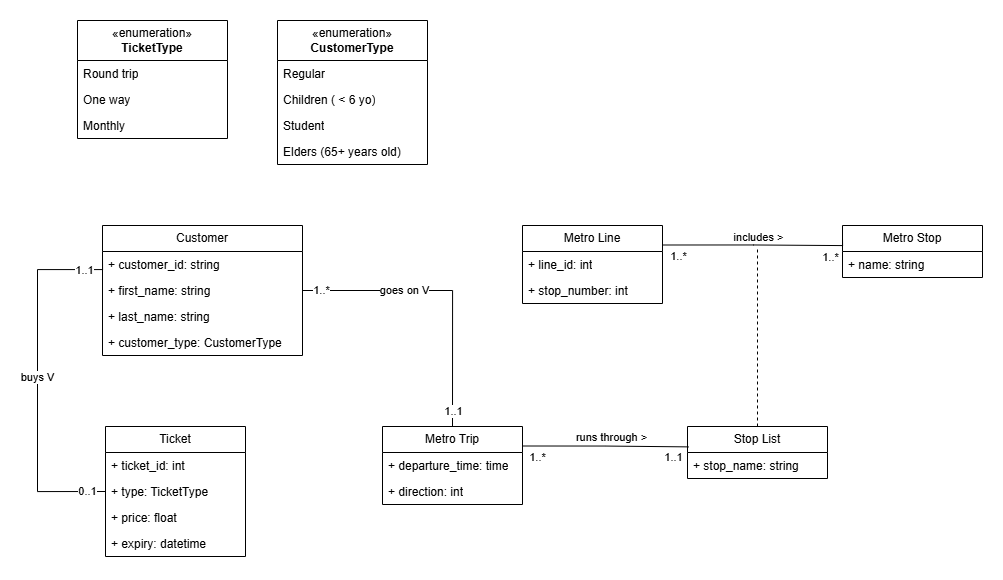
The draw.io diagram metro_project-UML.png in emochivo/the_metro_project, before a commit. Source tidied: cells renumbered, new cells last; positions are measured from the earlier drawing's top-left corner, leaving out a move shared by most shapes.
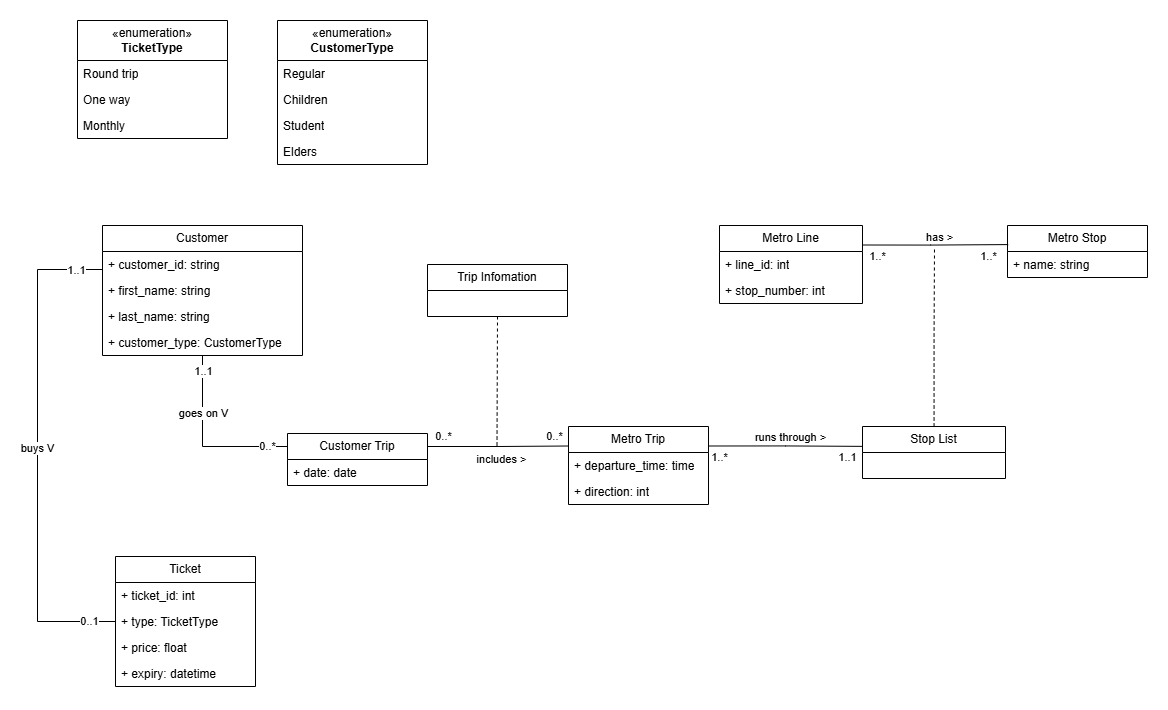
After the change.

Commit message:
Fix UML diagram.

What changed in the source:
```diff
@@ -5,9 +5,9 @@
     <mxCell id="2" style="edgeStyle=orthogonalEdgeStyle;rounded=0;jettySize=auto;html=1;exitX=0;exitY=0.25;exitDx=0;exitDy=0;entryX=0;entryY=0.5;entryDx=0;entryDy=0;endArrow=none;endFill=0;" parent="1" edge="1" source="6" target="22">
       <mxGeometry relative="1" as="geometry">
         <Array as="points">
-          <mxPoint x="65" y="249" />
-          <mxPoint y="249" />
-          <mxPoint y="471" />
+          <mxPoint x="65" y="159" />
+          <mxPoint y="159" />
+          <mxPoint y="511" />
         </Array>
       </mxGeometry>
     </mxCell>
@@ -24,8 +24,22 @@
         <mxPoint y="-1" as="offset" />
       </mxGeometry>
     </mxCell>
+    <mxCell id="48" style="edgeStyle=orthogonalEdgeStyle;rounded=0;jettySize=auto;html=1;exitX=0.5;exitY=1;exitDx=0;exitDy=0;entryX=0;entryY=0.25;entryDx=0;entryDy=0;endArrow=none;endFill=0;" parent="1" edge="1" source="6" target="53">
+      <mxGeometry relative="1" as="geometry" />
+    </mxCell>
+    <mxCell id="49" value="0..*" style="edgeLabel;html=1;align=center;verticalAlign=middle;" parent="48" vertex="1">
+      <mxGeometry x="0.78" y="1" relative="1" as="geometry" />
+    </mxCell>
+    <mxCell id="42" value="1..1" style="edgeLabel;html=1;align=center;verticalAlign=middle;" parent="48" vertex="1">
+      <mxGeometry x="-0.86" relative="1" as="geometry">
+        <mxPoint y="2" as="offset" />
+      </mxGeometry>
+    </mxCell>
+    <mxCell id="43" value="goes on V" style="edgeLabel;html=1;align=center;verticalAlign=middle;" parent="48" vertex="1">
+      <mxGeometry x="-0.35" relative="1" as="geometry" />
+    </mxCell>
     <mxCell id="6" value="Customer" style="swimlane;fontStyle=0;horizontal=1;startSize=26;fillColor=none;whiteSpace=wrap;html=1;" parent="1" vertex="1">
-      <mxGeometry x="65" y="205" width="200" height="130" as="geometry" />
+      <mxGeometry x="65" y="115" width="200" height="130" as="geometry" />
     </mxCell>
     <mxCell id="7" value="+ customer_id: string" style="text;strokeColor=none;fillColor=none;align=left;verticalAlign=top;spacingLeft=4;spacingRight=4;overflow=hidden;whiteSpace=wrap;html=1;" parent="6" vertex="1">
       <mxGeometry y="26" width="200" height="26" as="geometry" />
@@ -40,27 +54,26 @@
       <mxGeometry y="104" width="200" height="26" as="geometry" />
     </mxCell>
     <mxCell id="11" value="Metro Stop" style="swimlane;fontStyle=0;horizontal=1;startSize=26;fillColor=none;whiteSpace=wrap;html=1;" parent="1" vertex="1">
-      <mxGeometry x="805" y="205" width="140" height="52" as="geometry" />
+      <mxGeometry x="970" y="115" width="140" height="52" as="geometry" />
     </mxCell>
     <mxCell id="12" value="+ name: string" style="text;strokeColor=none;fillColor=none;align=left;verticalAlign=top;spacingLeft=4;spacingRight=4;overflow=hidden;whiteSpace=wrap;html=1;" parent="11" vertex="1">
       <mxGeometry y="26" width="140" height="26" as="geometry" />
     </mxCell>
-    <mxCell id="13" style="edgeStyle=orthogonalEdgeStyle;rounded=0;jettySize=auto;html=1;exitX=1;exitY=0.25;exitDx=0;exitDy=0;endArrow=none;endFill=0;entryX=0;entryY=0.25;entryDx=0;entryDy=0;" parent="1" edge="1" source="17" target="11">
+    <mxCell id="13" style="edgeStyle=orthogonalEdgeStyle;rounded=0;jettySize=auto;html=1;exitX=1;exitY=0.25;exitDx=0;exitDy=0;endArrow=none;endFill=0;entryX=0.005;entryY=0.367;entryDx=0;entryDy=0;entryPerimeter=0;" parent="1" edge="1" source="17" target="11">
       <mxGeometry relative="1" as="geometry">
         <Array as="points">
-          <mxPoint x="716" y="225" />
-          <mxPoint x="716" y="225" />
+          <mxPoint x="893" y="135" />
         </Array>
       </mxGeometry>
     </mxCell>
-    <mxCell id="14" value="includes &amp;gt;" style="edgeLabel;html=1;align=center;verticalAlign=middle;" parent="13" vertex="1">
+    <mxCell id="14" value="has &amp;gt;" style="edgeLabel;html=1;align=center;verticalAlign=middle;" parent="13" vertex="1">
       <mxGeometry x="-0.08" relative="1" as="geometry">
         <mxPoint x="9" y="-8" as="offset" />
       </mxGeometry>
     </mxCell>
     <mxCell id="15" value="1..*" style="edgeLabel;html=1;align=center;verticalAlign=middle;" parent="13" vertex="1">
       <mxGeometry x="0.9" y="-1" relative="1" as="geometry">
-        <mxPoint x="-11" y="10" as="offset" />
+        <mxPoint x="-13" y="10" as="offset" />
       </mxGeometry>
     </mxCell>
     <mxCell id="16" value="1..*" style="edgeLabel;html=1;align=center;verticalAlign=middle;" parent="13" vertex="1">
@@ -69,16 +82,16 @@
       </mxGeometry>
     </mxCell>
     <mxCell id="17" value="Metro Line" style="swimlane;fontStyle=0;horizontal=1;startSize=26;fillColor=none;whiteSpace=wrap;html=1;" parent="1" vertex="1">
-      <mxGeometry x="485" y="205" width="140" height="78" as="geometry" />
+      <mxGeometry x="682" y="115" width="143" height="78" as="geometry" />
     </mxCell>
     <mxCell id="18" value="+ line_id: int" style="text;strokeColor=none;fillColor=none;align=left;verticalAlign=top;spacingLeft=4;spacingRight=4;overflow=hidden;whiteSpace=wrap;html=1;" parent="17" vertex="1">
-      <mxGeometry y="26" width="140" height="26" as="geometry" />
+      <mxGeometry y="26" width="143" height="26" as="geometry" />
     </mxCell>
     <mxCell id="19" value="+ stop_number: int" style="text;strokeColor=none;fillColor=none;align=left;verticalAlign=top;spacingLeft=4;spacingRight=4;overflow=hidden;whiteSpace=wrap;html=1;" parent="17" vertex="1">
-      <mxGeometry y="52" width="140" height="26" as="geometry" />
+      <mxGeometry y="52" width="143" height="26" as="geometry" />
     </mxCell>
     <mxCell id="20" value="Ticket" style="swimlane;fontStyle=0;horizontal=1;startSize=26;fillColor=none;whiteSpace=wrap;html=1;" parent="1" vertex="1">
-      <mxGeometry x="68" y="406" width="140" height="130" as="geometry" />
+      <mxGeometry x="78" y="446" width="140" height="130" as="geometry" />
     </mxCell>
     <mxCell id="21" value="+ ticket_id: int" style="text;strokeColor=none;fillColor=none;align=left;verticalAlign=top;spacingLeft=4;spacingRight=4;overflow=hidden;whiteSpace=wrap;html=1;" parent="20" vertex="1">
       <mxGeometry y="26" width="140" height="26" as="geometry" />
@@ -93,22 +106,22 @@
       <mxGeometry y="104" width="140" height="26" as="geometry" />
     </mxCell>
     <mxCell id="25" value="«enumeration»&lt;br&gt;&lt;b&gt;CustomerType&lt;/b&gt;" style="swimlane;fontStyle=0;horizontal=1;startSize=40;fillColor=none;whiteSpace=wrap;html=1;" parent="1" vertex="1">
-      <mxGeometry x="240" width="150" height="144" as="geometry" />
+      <mxGeometry x="240" y="-90" width="150" height="144" as="geometry" />
     </mxCell>
     <mxCell id="26" value="Regular" style="text;strokeColor=none;fillColor=none;align=left;verticalAlign=top;spacingLeft=4;spacingRight=4;overflow=hidden;whiteSpace=wrap;html=1;" parent="25" vertex="1">
       <mxGeometry y="40" width="150" height="26" as="geometry" />
     </mxCell>
-    <mxCell id="27" value="Children ( &amp;lt; 6 yo)" style="text;strokeColor=none;fillColor=none;align=left;verticalAlign=top;spacingLeft=4;spacingRight=4;overflow=hidden;whiteSpace=wrap;html=1;" parent="25" vertex="1">
+    <mxCell id="27" value="Children&amp;nbsp;" style="text;strokeColor=none;fillColor=none;align=left;verticalAlign=top;spacingLeft=4;spacingRight=4;overflow=hidden;whiteSpace=wrap;html=1;" parent="25" vertex="1">
       <mxGeometry y="66" width="150" height="26" as="geometry" />
     </mxCell>
     <mxCell id="28" value="Student" style="text;strokeColor=none;fillColor=none;align=left;verticalAlign=top;spacingLeft=4;spacingRight=4;overflow=hidden;whiteSpace=wrap;html=1;" parent="25" vertex="1">
       <mxGeometry y="92" width="150" height="26" as="geometry" />
     </mxCell>
-    <mxCell id="29" value="Elders (65+ years old)" style="text;strokeColor=none;fillColor=none;align=left;verticalAlign=top;spacingLeft=4;spacingRight=4;overflow=hidden;whiteSpace=wrap;html=1;" parent="25" vertex="1">
+    <mxCell id="29" value="Elders" style="text;strokeColor=none;fillColor=none;align=left;verticalAlign=top;spacingLeft=4;spacingRight=4;overflow=hidden;whiteSpace=wrap;html=1;" parent="25" vertex="1">
       <mxGeometry y="118" width="150" height="26" as="geometry" />
     </mxCell>
     <mxCell id="30" value="«enumeration»&lt;br&gt;&lt;b&gt;TicketType&lt;/b&gt;" style="swimlane;fontStyle=0;horizontal=1;startSize=40;fillColor=none;whiteSpace=wrap;html=1;" parent="1" vertex="1">
-      <mxGeometry x="40" width="150" height="118" as="geometry" />
+      <mxGeometry x="40" y="-90" width="150" height="118" as="geometry" />
     </mxCell>
     <mxCell id="31" value="Round trip" style="text;strokeColor=none;fillColor=none;align=left;verticalAlign=top;spacingLeft=4;spacingRight=4;overflow=hidden;whiteSpace=wrap;html=1;" parent="30" vertex="1">
       <mxGeometry y="40" width="150" height="26" as="geometry" />
@@ -120,7 +133,7 @@
       <mxGeometry y="92" width="150" height="26" as="geometry" />
     </mxCell>
     <mxCell id="34" value="Metro Trip" style="swimlane;fontStyle=0;horizontal=1;startSize=26;fillColor=none;whiteSpace=wrap;html=1;" parent="1" vertex="1">
-      <mxGeometry x="345" y="406" width="140" height="78" as="geometry" />
+      <mxGeometry x="531" y="316" width="140" height="78" as="geometry" />
     </mxCell>
     <mxCell id="35" value="+ departure_time: time" style="text;strokeColor=none;fillColor=none;align=left;verticalAlign=top;spacingLeft=4;spacingRight=4;overflow=hidden;whiteSpace=wrap;html=1;" parent="34" vertex="1">
       <mxGeometry y="26" width="140" height="26" as="geometry" />
@@ -130,30 +143,13 @@
     </mxCell>
     <mxCell id="37" style="edgeStyle=orthogonalEdgeStyle;rounded=0;jettySize=auto;html=1;endArrow=none;endFill=0;dashed=1;" parent="1" edge="1" source="38">
       <mxGeometry relative="1" as="geometry">
-        <mxPoint x="720" y="226" as="targetPoint" />
+        <mxPoint x="897" y="136" as="targetPoint" />
       </mxGeometry>
     </mxCell>
     <mxCell id="38" value="Stop List" style="swimlane;fontStyle=0;horizontal=1;startSize=26;fillColor=none;whiteSpace=wrap;html=1;" parent="1" vertex="1">
-      <mxGeometry x="650" y="406" width="140" height="52" as="geometry" />
+      <mxGeometry x="825" y="316" width="143" height="52" as="geometry" />
     </mxCell>
-    <mxCell id="39" value="+ stop_name: string" style="text;strokeColor=none;fillColor=none;align=left;verticalAlign=top;spacingLeft=4;spacingRight=4;overflow=hidden;whiteSpace=wrap;html=1;" parent="38" vertex="1">
-      <mxGeometry y="26" width="140" height="26" as="geometry" />
-    </mxCell>
-    <mxCell id="40" style="edgeStyle=orthogonalEdgeStyle;rounded=0;jettySize=auto;html=1;exitX=1;exitY=0.5;exitDx=0;exitDy=0;entryX=0.5;entryY=0;entryDx=0;entryDy=0;endArrow=none;endFill=0;" parent="1" edge="1" source="8" target="34">
-      <mxGeometry relative="1" as="geometry" />
-    </mxCell>
-    <mxCell id="41" value="1..*" style="edgeLabel;html=1;align=center;verticalAlign=middle;" parent="40" vertex="1">
-      <mxGeometry x="-0.87" y="1" relative="1" as="geometry" />
-    </mxCell>
-    <mxCell id="42" value="1..1" style="edgeLabel;html=1;align=center;verticalAlign=middle;" parent="40" vertex="1">
-      <mxGeometry x="0.86" relative="1" as="geometry">
-        <mxPoint y="4" as="offset" />
-      </mxGeometry>
-    </mxCell>
-    <mxCell id="43" value="goes on V" style="edgeLabel;html=1;align=center;verticalAlign=middle;" parent="40" vertex="1">
-      <mxGeometry x="-0.29" y="1" relative="1" as="geometry" />
-    </mxCell>
-    <mxCell id="44" style="edgeStyle=orthogonalEdgeStyle;rounded=0;jettySize=auto;html=1;exitX=1;exitY=0.25;exitDx=0;exitDy=0;entryX=0.007;entryY=0.392;entryDx=0;entryDy=0;entryPerimeter=0;endArrow=none;endFill=0;" parent="1" edge="1" source="34" target="38">
+    <mxCell id="44" style="edgeStyle=orthogonalEdgeStyle;rounded=0;jettySize=auto;html=1;exitX=1;exitY=0.25;exitDx=0;exitDy=0;entryX=-0.004;entryY=0.382;entryDx=0;entryDy=0;entryPerimeter=0;endArrow=none;endFill=0;" parent="1" edge="1" source="34" target="38">
       <mxGeometry relative="1" as="geometry" />
     </mxCell>
     <mxCell id="45" value="runs through &amp;gt;" style="edgeLabel;html=1;align=center;verticalAlign=middle;" parent="44" vertex="1">
@@ -163,7 +159,7 @@
     </mxCell>
     <mxCell id="46" value="1..*" style="edgeLabel;html=1;align=center;verticalAlign=middle;" parent="44" vertex="1">
       <mxGeometry x="-0.88" relative="1" as="geometry">
-        <mxPoint x="5" y="11" as="offset" />
+        <mxPoint x="2" y="11" as="offset" />
       </mxGeometry>
     </mxCell>
     <mxCell id="47" value="1..1" style="edgeLabel;html=1;align=center;verticalAlign=middle;" parent="44" vertex="1">
@@ -171,5 +167,37 @@
         <mxPoint y="10" as="offset" />
       </mxGeometry>
     </mxCell>
+    <mxCell id="50" style="edgeStyle=orthogonalEdgeStyle;rounded=0;jettySize=auto;html=1;exitX=1;exitY=0.25;exitDx=0;exitDy=0;entryX=0;entryY=0.25;entryDx=0;entryDy=0;endArrow=none;endFill=0;" parent="1" edge="1" source="53" target="34">
+      <mxGeometry relative="1" as="geometry" />
+    </mxCell>
+    <mxCell id="51" value="0..*" style="edgeLabel;html=1;align=center;verticalAlign=middle;" parent="50" vertex="1">
+      <mxGeometry x="-0.78" y="-1" relative="1" as="geometry">
+        <mxPoint y="-12" as="offset" />
+      </mxGeometry>
+    </mxCell>
+    <mxCell id="52" value="0..*" style="edgeLabel;html=1;align=center;verticalAlign=middle;" parent="50" vertex="1">
+      <mxGeometry x="0.79" y="3" relative="1" as="geometry">
+        <mxPoint y="-7" as="offset" />
+      </mxGeometry>
+    </mxCell>
+    <mxCell id="53" value="Customer Trip" style="swimlane;fontStyle=0;horizontal=1;startSize=26;fillColor=none;whiteSpace=wrap;html=1;" parent="1" vertex="1">
+      <mxGeometry x="250" y="323" width="140" height="52" as="geometry" />
+    </mxCell>
+    <mxCell id="54" value="+ date: date" style="text;strokeColor=none;fillColor=none;align=left;verticalAlign=top;spacingLeft=4;spacingRight=4;overflow=hidden;whiteSpace=wrap;html=1;" parent="53" vertex="1">
+      <mxGeometry y="26" width="140" height="26" as="geometry" />
+    </mxCell>
+    <mxCell id="55" style="edgeStyle=orthogonalEdgeStyle;rounded=0;jettySize=auto;html=1;exitX=0.5;exitY=1;exitDx=0;exitDy=0;endArrow=none;endFill=0;dashed=1;" parent="1" edge="1" source="57">
+      <mxGeometry relative="1" as="geometry">
+        <mxPoint x="459.5" y="336" as="targetPoint" />
+      </mxGeometry>
+    </mxCell>
+    <mxCell id="56" value="includes &amp;gt;" style="edgeLabel;html=1;align=center;verticalAlign=middle;" parent="55" vertex="1">
+      <mxGeometry x="0.99" y="-5" relative="1" as="geometry">
+        <mxPoint x="9" y="12" as="offset" />
+      </mxGeometry>
+    </mxCell>
+    <mxCell id="57" value="Trip Infomation" style="swimlane;fontStyle=0;horizontal=1;startSize=26;fillColor=none;whiteSpace=wrap;html=1;" parent="1" vertex="1">
+      <mxGeometry x="390" y="154" width="140" height="52" as="geometry" />
+    </mxCell>
   </root>
 </mxGraphModel>
```
